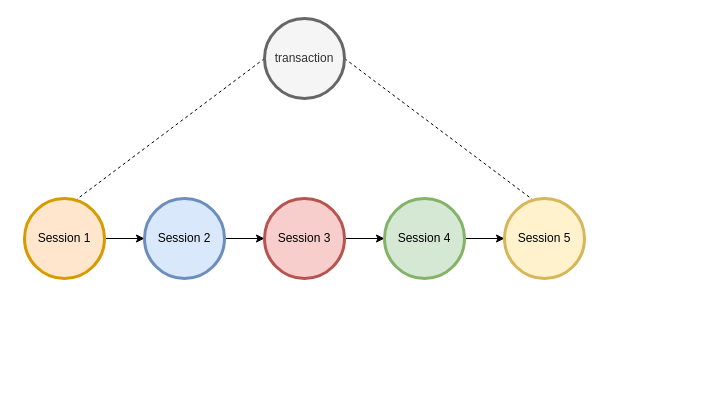
This is page "flatten" (3 of 15) of img/diagram.drawio from ccchrunik/hierasaga, a draw.io file, before an edit. Source tidied: cells renumbered, new cells numbered last; positions are measured from the earlier drawing's top-left corner, leaving out a move shared by most shapes. Both pictures are drawn from the tidied source at 100%, with x=0, y=0 at pixel (24, 18).
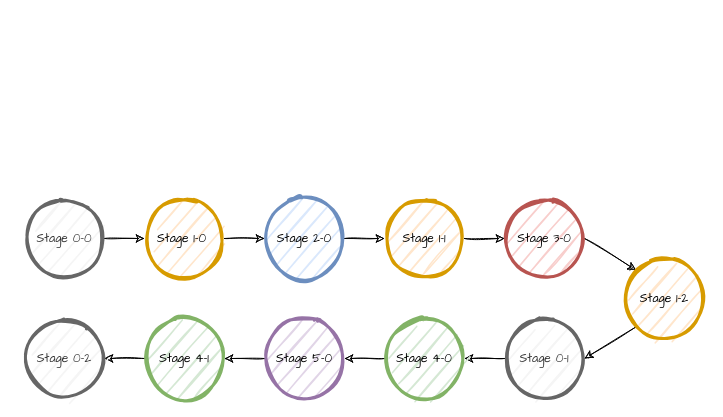
The same diagram, later.

Diff of the diagram source:
```diff
@@
-    <mxCell id="2" style="rounded=0;jettySize=auto;html=1;exitX=0;exitY=0.5;exitDx=0;exitDy=0;entryX=0;entryY=0.5;entryDx=0;entryDy=0;dashed=1;" parent="1" edge="1" source="4" target="6">
-      <mxGeometry relative="1" as="geometry" />
-    </mxCell>
-    <mxCell id="3" style="edgeStyle=none;rounded=0;jettySize=auto;html=1;exitX=1;exitY=0.5;exitDx=0;exitDy=0;entryX=1;entryY=0.5;entryDx=0;entryDy=0;dashed=1;" parent="1" edge="1" source="4" target="13">
-      <mxGeometry relative="1" as="geometry" />
-    </mxCell>
-    <mxCell id="4" value="transaction" style="ellipse;whiteSpace=wrap;html=1;strokeWidth=3;fillColor=#f5f5f5;strokeColor=#666666;fontColor=#333333;" parent="1" vertex="1">
-      <mxGeometry x="240" width="80" height="80" as="geometry" />
-    </mxCell>
-    <mxCell id="5" style="edgeStyle=none;rounded=0;jettySize=auto;html=1;exitX=1;exitY=0.5;exitDx=0;exitDy=0;entryX=0;entryY=0.5;entryDx=0;entryDy=0;" parent="1" edge="1" source="6" target="8">
+    <mxCell id="5" style="edgeStyle=none;rounded=0;jettySize=auto;html=1;exitX=1;exitY=0.5;exitDx=0;exitDy=0;entryX=0;entryY=0.5;entryDx=0;entryDy=0;sketch=1;" parent="1" edge="1" source="6" target="8">
       <mxGeometry relative="1" as="geometry" />
     </mxCell>
-    <mxCell id="6" value="Session 1" style="ellipse;whiteSpace=wrap;html=1;strokeWidth=3;fillColor=#ffe6cc;strokeColor=#d79b00;" parent="1" vertex="1">
+    <mxCell id="6" value="&lt;font face=&quot;Comic Sans MS&quot;&gt;Stage 0-0&lt;/font&gt;" style="ellipse;whiteSpace=wrap;html=1;strokeWidth=3;fillColor=#f5f5f5;strokeColor=#666666;sketch=1;fontColor=#333333;" parent="1" vertex="1">
       <mxGeometry y="180" width="80" height="80" as="geometry" />
     </mxCell>
-    <mxCell id="7" style="edgeStyle=none;rounded=0;jettySize=auto;html=1;exitX=1;exitY=0.5;exitDx=0;exitDy=0;entryX=0;entryY=0.5;entryDx=0;entryDy=0;" parent="1" edge="1" source="8" target="10">
+    <mxCell id="7" style="edgeStyle=none;rounded=0;jettySize=auto;html=1;exitX=1;exitY=0.5;exitDx=0;exitDy=0;entryX=0;entryY=0.5;entryDx=0;entryDy=0;sketch=1;" parent="1" edge="1" source="8" target="10">
       <mxGeometry relative="1" as="geometry" />
     </mxCell>
-    <mxCell id="8" value="Session 2" style="ellipse;whiteSpace=wrap;html=1;strokeWidth=3;fillColor=#dae8fc;strokeColor=#6c8ebf;" parent="1" vertex="1">
+    <mxCell id="8" value="&lt;font face=&quot;Comic Sans MS&quot;&gt;Stage 1-0&amp;nbsp;&lt;/font&gt;" style="ellipse;whiteSpace=wrap;html=1;strokeWidth=3;fillColor=#ffe6cc;strokeColor=#d79b00;sketch=1;" parent="1" vertex="1">
       <mxGeometry x="120" y="180" width="80" height="80" as="geometry" />
     </mxCell>
-    <mxCell id="9" style="edgeStyle=none;rounded=0;jettySize=auto;html=1;exitX=1;exitY=0.5;exitDx=0;exitDy=0;entryX=0;entryY=0.5;entryDx=0;entryDy=0;" parent="1" edge="1" source="10" target="12">
+    <mxCell id="9" style="edgeStyle=none;rounded=0;jettySize=auto;html=1;exitX=1;exitY=0.5;exitDx=0;exitDy=0;entryX=0;entryY=0.5;entryDx=0;entryDy=0;sketch=1;" parent="1" edge="1" source="10" target="12">
       <mxGeometry relative="1" as="geometry" />
     </mxCell>
-    <mxCell id="10" value="Session 3" style="ellipse;whiteSpace=wrap;html=1;strokeWidth=3;fillColor=#f8cecc;strokeColor=#b85450;" parent="1" vertex="1">
+    <mxCell id="10" value="&lt;font face=&quot;Comic Sans MS&quot;&gt;Stage 2-0&lt;/font&gt;" style="ellipse;whiteSpace=wrap;html=1;strokeWidth=3;fillColor=#dae8fc;strokeColor=#6c8ebf;sketch=1;" parent="1" vertex="1">
       <mxGeometry x="240" y="180" width="80" height="80" as="geometry" />
     </mxCell>
-    <mxCell id="11" style="edgeStyle=none;rounded=0;jettySize=auto;html=1;exitX=1;exitY=0.5;exitDx=0;exitDy=0;entryX=0;entryY=0.5;entryDx=0;entryDy=0;" parent="1" edge="1" source="12" target="13">
+    <mxCell id="11" style="edgeStyle=none;rounded=0;jettySize=auto;html=1;exitX=1;exitY=0.5;exitDx=0;exitDy=0;entryX=0;entryY=0.5;entryDx=0;entryDy=0;sketch=1;" parent="1" edge="1" source="12" target="13">
       <mxGeometry relative="1" as="geometry" />
     </mxCell>
-    <mxCell id="12" value="Session 4" style="ellipse;whiteSpace=wrap;html=1;strokeWidth=3;fillColor=#d5e8d4;strokeColor=#82b366;" parent="1" vertex="1">
+    <mxCell id="12" value="&lt;font face=&quot;Comic Sans MS&quot;&gt;Stage 1-1&lt;/font&gt;" style="ellipse;whiteSpace=wrap;html=1;strokeWidth=3;fillColor=#ffe6cc;strokeColor=#d79b00;sketch=1;" parent="1" vertex="1">
       <mxGeometry x="360" y="180" width="80" height="80" as="geometry" />
     </mxCell>
+    <mxCell id="14" style="rounded=0;sketch=1;jettySize=auto;html=1;exitX=1;exitY=0.5;exitDx=0;exitDy=0;entryX=0;entryY=0;entryDx=0;entryDy=0;fontSize=15;" parent="1" edge="1" source="13" target="18">
+      <mxGeometry relative="1" as="geometry" />
+    </mxCell>
-    <mxCell id="13" value="Session 5" style="ellipse;whiteSpace=wrap;html=1;strokeWidth=3;fillColor=#fff2cc;strokeColor=#d6b656;" parent="1" vertex="1">
+    <mxCell id="13" value="&lt;font face=&quot;Comic Sans MS&quot;&gt;Stage 3-0&lt;/font&gt;" style="ellipse;whiteSpace=wrap;html=1;strokeWidth=3;fillColor=#f8cecc;strokeColor=#b85450;sketch=1;" parent="1" vertex="1">
       <mxGeometry x="480" y="180" width="80" height="80" as="geometry" />
     </mxCell>
+    <mxCell id="15" style="edgeStyle=none;rounded=0;sketch=1;jettySize=auto;html=1;exitX=0;exitY=0.5;exitDx=0;exitDy=0;entryX=1;entryY=0.5;entryDx=0;entryDy=0;fontSize=15;" parent="1" edge="1" source="16" target="20">
+      <mxGeometry relative="1" as="geometry" />
+    </mxCell>
+    <mxCell id="16" value="&lt;font face=&quot;Comic Sans MS&quot;&gt;Stage 0-1&lt;/font&gt;" style="ellipse;whiteSpace=wrap;html=1;strokeWidth=3;fillColor=#f5f5f5;strokeColor=#666666;sketch=1;fontColor=#333333;" parent="1" vertex="1">
+      <mxGeometry x="480" y="300" width="80" height="80" as="geometry" />
+    </mxCell>
+    <mxCell id="17" style="edgeStyle=none;rounded=0;sketch=1;jettySize=auto;html=1;exitX=0;exitY=1;exitDx=0;exitDy=0;entryX=1;entryY=0.5;entryDx=0;entryDy=0;fontSize=15;" parent="1" edge="1" source="18" target="16">
+      <mxGeometry relative="1" as="geometry" />
+    </mxCell>
+    <mxCell id="18" value="&lt;font face=&quot;Comic Sans MS&quot;&gt;Stage 1-2&lt;/font&gt;" style="ellipse;whiteSpace=wrap;html=1;strokeWidth=3;fillColor=#ffe6cc;strokeColor=#d79b00;sketch=1;" parent="1" vertex="1">
+      <mxGeometry x="600" y="240" width="80" height="80" as="geometry" />
+    </mxCell>
+    <mxCell id="19" style="edgeStyle=none;rounded=0;sketch=1;jettySize=auto;html=1;exitX=0;exitY=0.5;exitDx=0;exitDy=0;entryX=1;entryY=0.5;entryDx=0;entryDy=0;fontSize=15;" parent="1" edge="1" source="20" target="22">
+      <mxGeometry relative="1" as="geometry" />
+    </mxCell>
+    <mxCell id="20" value="&lt;font face=&quot;Comic Sans MS&quot;&gt;Stage 4-0&lt;/font&gt;" style="ellipse;whiteSpace=wrap;html=1;strokeWidth=3;fillColor=#d5e8d4;strokeColor=#82b366;sketch=1;" parent="1" vertex="1">
+      <mxGeometry x="360" y="300" width="80" height="80" as="geometry" />
+    </mxCell>
+    <mxCell id="21" style="edgeStyle=none;rounded=0;sketch=1;jettySize=auto;html=1;exitX=0;exitY=0.5;exitDx=0;exitDy=0;entryX=1;entryY=0.5;entryDx=0;entryDy=0;fontSize=15;" parent="1" edge="1" source="22" target="24">
+      <mxGeometry relative="1" as="geometry" />
+    </mxCell>
+    <mxCell id="22" value="&lt;font face=&quot;Comic Sans MS&quot;&gt;Stage 5-0&lt;/font&gt;" style="ellipse;whiteSpace=wrap;html=1;strokeWidth=3;fillColor=#e1d5e7;strokeColor=#9673a6;sketch=1;" parent="1" vertex="1">
+      <mxGeometry x="240" y="300" width="80" height="80" as="geometry" />
+    </mxCell>
+    <mxCell id="23" style="edgeStyle=none;rounded=0;sketch=1;jettySize=auto;html=1;exitX=0;exitY=0.5;exitDx=0;exitDy=0;entryX=1;entryY=0.5;entryDx=0;entryDy=0;fontSize=15;" parent="1" edge="1" source="24" target="25">
+      <mxGeometry relative="1" as="geometry" />
+    </mxCell>
+    <mxCell id="24" value="&lt;font face=&quot;Comic Sans MS&quot;&gt;Stage 4-1&lt;/font&gt;" style="ellipse;whiteSpace=wrap;html=1;strokeWidth=3;fillColor=#d5e8d4;strokeColor=#82b366;sketch=1;" parent="1" vertex="1">
+      <mxGeometry x="120" y="300" width="80" height="80" as="geometry" />
+    </mxCell>
+    <mxCell id="25" value="&lt;font face=&quot;Comic Sans MS&quot;&gt;Stage 0-2&lt;/font&gt;" style="ellipse;whiteSpace=wrap;html=1;strokeWidth=3;fillColor=#f5f5f5;strokeColor=#666666;sketch=1;fontColor=#333333;" parent="1" vertex="1">
+      <mxGeometry y="300" width="80" height="80" as="geometry" />
+    </mxCell>
```
